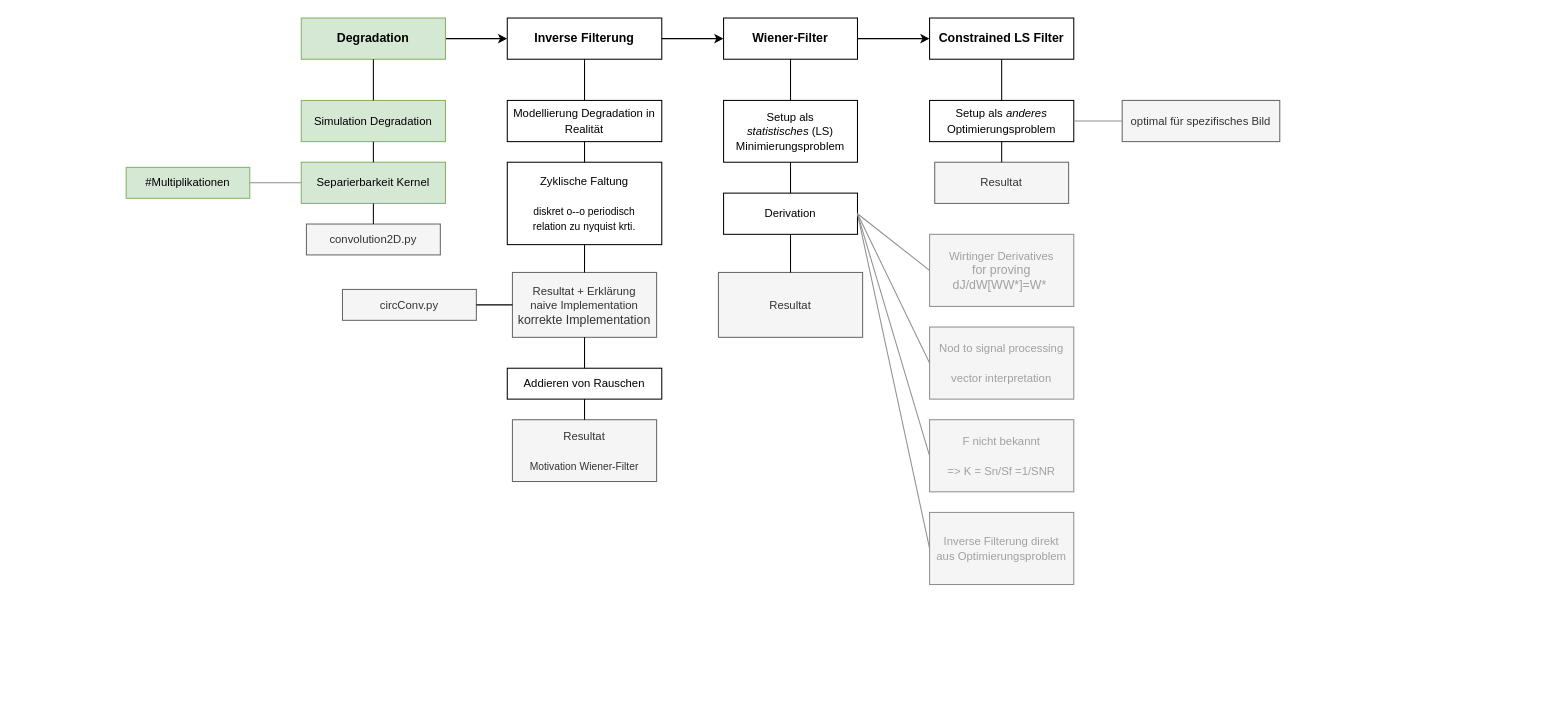
ayomeer/wiener-filter keeps this draw.io diagram as doc/ppt/presentation_brainstorming.drawio. Above is the earlier version. Source tidied: cells renumbered, new cells numbered last; positions are measured from the earlier drawing's top-left corner, leaving out a move shared by most shapes. Both pictures are drawn from the tidied source at 103%, with x=0, y=0 at pixel (126, 18).
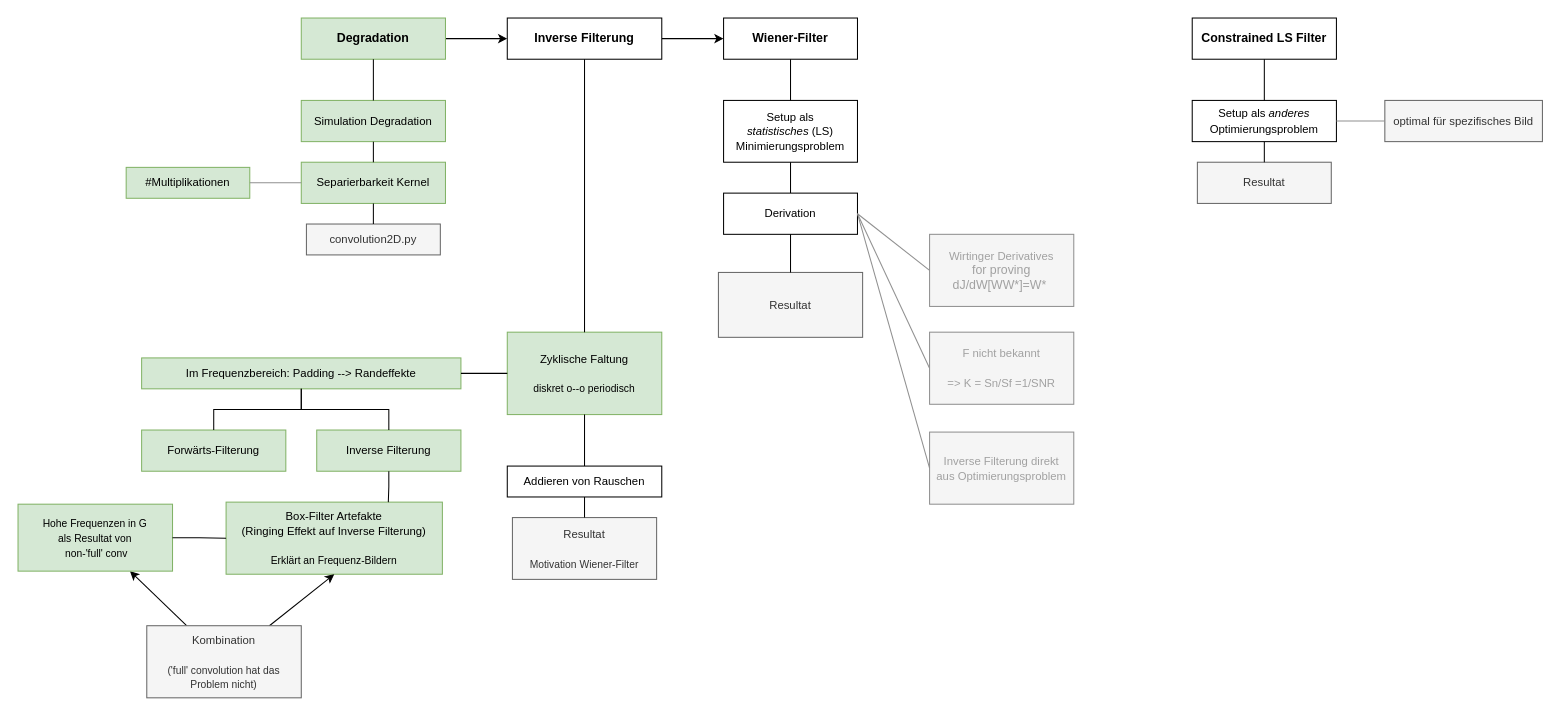
The same diagram, later.

The change refers to these unchanged cells:
```xml
<mxCell id="3" value="&lt;b&gt;Inverse Filterung&lt;/b&gt;" style="rounded=0;whiteSpace=wrap;html=1;" parent="1" vertex="1">
  <mxGeometry x="370" width="150" height="40" as="geometry" />
</mxCell>
<mxCell id="13" value="&lt;b&gt;Wiener-Filter&lt;/b&gt;" style="rounded=0;whiteSpace=wrap;html=1;" parent="1" vertex="1">
  <mxGeometry x="580" width="130" height="40" as="geometry" />
</mxCell>
<mxCell id="18" value="&lt;font style=&quot;font-size: 11px;&quot;&gt;Derivation&lt;br&gt;&lt;/font&gt;" style="rounded=0;whiteSpace=wrap;html=1;" parent="1" vertex="1">
  <mxGeometry x="580" y="170" width="130" height="40" as="geometry" />
</mxCell>
```

Diff of the diagram source:
```diff
@@
-    <mxCell id="7" value="&lt;font style=&quot;&quot;&gt;&lt;font style=&quot;font-size: 11px;&quot;&gt;Zyklische Faltung&lt;/font&gt;&lt;br&gt;&lt;br&gt;&lt;span style=&quot;font-size: 10px;&quot;&gt;diskret o--o periodisch&lt;/span&gt;&lt;br&gt;&lt;span style=&quot;font-size: 10px;&quot;&gt;relation zu nyquist krti.&lt;/span&gt;&lt;br&gt;&lt;/font&gt;" style="rounded=0;whiteSpace=wrap;html=1;" parent="1" vertex="1">
-      <mxGeometry x="370" y="140" width="150" height="80" as="geometry" />
+    <mxCell id="7" value="&lt;font style=&quot;&quot;&gt;&lt;font style=&quot;font-size: 11px;&quot;&gt;Zyklische Faltung&lt;/font&gt;&lt;br&gt;&lt;br&gt;&lt;span style=&quot;font-size: 10px;&quot;&gt;diskret o--o periodisch&lt;/span&gt;&lt;br&gt;&lt;/font&gt;" style="rounded=0;whiteSpace=wrap;html=1;fillColor=#d5e8d4;strokeColor=#82b366;" parent="1" vertex="1">
+      <mxGeometry x="370" y="305" width="150" height="80" as="geometry" />
     </mxCell>
@@
     <mxCell id="11" value="&lt;font style=&quot;font-size: 11px;&quot;&gt;Addieren von Rauschen&lt;br&gt;&lt;/font&gt;" style="rounded=0;whiteSpace=wrap;html=1;" parent="1" vertex="1">
-      <mxGeometry x="370" y="340" width="150" height="30" as="geometry" />
+      <mxGeometry x="370" y="435" width="150" height="30" as="geometry" />
     </mxCell>
-    <mxCell id="12" style="edgeStyle=orthogonalEdgeStyle;rounded=0;jettySize=auto;html=1;entryX=0;entryY=0.5;entryDx=0;entryDy=0;" parent="1" edge="1" source="13" target="36">
-      <mxGeometry relative="1" as="geometry" />
-    </mxCell>
@@
-    <mxCell id="15" value="&lt;font style=&quot;font-size: 11px;&quot;&gt;Modellierung Degradation in Realität&lt;br&gt;&lt;/font&gt;" style="rounded=0;whiteSpace=wrap;html=1;" parent="1" vertex="1">
-      <mxGeometry x="370" y="80" width="150" height="40" as="geometry" />
-    </mxCell>
-    <mxCell id="16" style="endArrow=none;html=1;rounded=0;exitX=0.5;exitY=0;exitDx=0;exitDy=0;entryX=0.5;entryY=1;entryDx=0;entryDy=0;" parent="1" edge="1" source="15" target="3">
-      <mxGeometry relative="1" as="geometry" />
-    </mxCell>
-    <mxCell id="17" style="endArrow=none;html=1;rounded=0;exitX=0.5;exitY=0;exitDx=0;exitDy=0;entryX=0.5;entryY=1;entryDx=0;entryDy=0;" parent="1" edge="1" source="7" target="15">
+    <mxCell id="17" style="endArrow=none;html=1;rounded=0;exitX=0.5;exitY=0;exitDx=0;exitDy=0;entryX=0.5;entryY=1;entryDx=0;entryDy=0;" parent="1" edge="1" source="7" target="3">
       <mxGeometry relative="1" as="geometry" />
     </mxCell>
@@
-    <mxCell id="22" value="&lt;font style=&quot;font-size: 11px;&quot;&gt;&lt;span style=&quot;font-size: 11px;&quot;&gt;Nod to signal processing&lt;br&gt;&lt;/span&gt;&lt;br&gt;vector interpretation&lt;br&gt;&lt;/font&gt;" style="rounded=0;whiteSpace=wrap;html=1;fillColor=#f5f5f5;strokeColor=#8F8F8F;fontColor=#A1A1A1;" parent="1" vertex="1">
-      <mxGeometry x="780" y="300" width="140" height="70" as="geometry" />
-    </mxCell>
@@
-    <mxCell id="24" style="endArrow=none;html=1;rounded=0;exitX=1;exitY=0.5;exitDx=0;exitDy=0;entryX=0;entryY=0.5;entryDx=0;entryDy=0;strokeColor=#8F8F8F;" parent="1" edge="1" source="18" target="22">
-      <mxGeometry relative="1" as="geometry" />
-    </mxCell>
@@
     <mxCell id="26" value="&lt;font style=&quot;font-size: 11px;&quot;&gt;F nicht bekannt&lt;br&gt;&lt;br&gt;=&amp;gt; K = Sn/Sf =1/SNR&lt;br&gt;&lt;/font&gt;" style="rounded=0;whiteSpace=wrap;html=1;fillColor=#f5f5f5;strokeColor=#8F8F8F;fontColor=#A1A1A1;" parent="1" vertex="1">
-      <mxGeometry x="780" y="390" width="140" height="70" as="geometry" />
+      <mxGeometry x="780" y="305" width="140" height="70" as="geometry" />
     </mxCell>
     <mxCell id="27" value="&lt;font style=&quot;font-size: 11px;&quot;&gt;Inverse Filterung direkt &lt;br&gt;aus Optimierungsproblem&lt;br&gt;&lt;/font&gt;" style="rounded=0;whiteSpace=wrap;html=1;fillColor=#f5f5f5;strokeColor=#8F8F8F;fontColor=#A1A1A1;" parent="1" vertex="1">
-      <mxGeometry x="780" y="480" width="140" height="70" as="geometry" />
+      <mxGeometry x="780" y="402" width="140" height="70" as="geometry" />
     </mxCell>
@@
-    <mxCell id="29" value="&lt;font style=&quot;&quot;&gt;&lt;span style=&quot;font-size: 11px;&quot;&gt;Resultat + Erklärung&lt;br&gt;naive Implementation&lt;br&gt;&lt;/span&gt;korrekte Implementation&lt;br&gt;&lt;/font&gt;" style="rounded=0;whiteSpace=wrap;html=1;fillColor=#f5f5f5;strokeColor=#666666;fontColor=#333333;" parent="1" vertex="1">
-      <mxGeometry x="375" y="247" width="140" height="63" as="geometry" />
+    <mxCell id="29" value="&lt;font style=&quot;&quot;&gt;&lt;span style=&quot;font-size: 11px;&quot;&gt;Forwärts-Filterung&lt;/span&gt;&lt;br&gt;&lt;/font&gt;" style="rounded=0;whiteSpace=wrap;html=1;fillColor=#d5e8d4;strokeColor=#82b366;" parent="1" vertex="1">
+      <mxGeometry x="15" y="400" width="140" height="40" as="geometry" />
     </mxCell>
-    <mxCell id="30" style="endArrow=none;html=1;rounded=0;exitX=0.5;exitY=0;exitDx=0;exitDy=0;entryX=0.5;entryY=1;entryDx=0;entryDy=0;" parent="1" edge="1" source="29" target="7">
-      <mxGeometry relative="1" as="geometry" />
-    </mxCell>
-    <mxCell id="31" style="endArrow=none;html=1;rounded=0;exitX=0.5;exitY=0;exitDx=0;exitDy=0;entryX=0.5;entryY=1;entryDx=0;entryDy=0;" parent="1" edge="1" source="11" target="29">
-      <mxGeometry relative="1" as="geometry" />
-    </mxCell>
     <mxCell id="32" value="&lt;span style=&quot;font-size: 11px;&quot;&gt;Resultat&lt;/span&gt;&lt;br&gt;&lt;br&gt;&lt;font style=&quot;font-size: 10px;&quot;&gt;Motivation Wiener-Filter&lt;/font&gt;" style="rounded=0;whiteSpace=wrap;html=1;fillColor=#f5f5f5;strokeColor=#666666;fontColor=#333333;" parent="1" vertex="1">
-      <mxGeometry x="375" y="390" width="140" height="60" as="geometry" />
+      <mxGeometry x="375" y="485" width="140" height="60" as="geometry" />
     </mxCell>
@@
     <mxCell id="36" value="&lt;b&gt;Constrained LS Filter&lt;br&gt;&lt;/b&gt;" style="rounded=0;whiteSpace=wrap;html=1;" parent="1" vertex="1">
-      <mxGeometry x="780" width="140" height="40" as="geometry" />
+      <mxGeometry x="1035" width="140" height="40" as="geometry" />
     </mxCell>
     <mxCell id="37" value="&lt;font style=&quot;font-size: 11px;&quot;&gt;Setup als &lt;i&gt;anderes &lt;/i&gt;Optimierungsproblem&lt;br&gt;&lt;/font&gt;" style="rounded=0;whiteSpace=wrap;html=1;" parent="1" vertex="1">
-      <mxGeometry x="780" y="80" width="140" height="40" as="geometry" />
+      <mxGeometry x="1035" y="80" width="140" height="40" as="geometry" />
     </mxCell>
@@
     <mxCell id="39" value="&lt;font style=&quot;&quot;&gt;&lt;span style=&quot;font-size: 11px;&quot;&gt;optimal für spezifisches Bild&lt;/span&gt;&lt;br&gt;&lt;/font&gt;" style="rounded=0;whiteSpace=wrap;html=1;fillColor=#f5f5f5;strokeColor=#666666;fontColor=#333333;" parent="1" vertex="1">
-      <mxGeometry x="967" y="80" width="153" height="40" as="geometry" />
+      <mxGeometry x="1222" y="80" width="153" height="40" as="geometry" />
     </mxCell>
@@
     <mxCell id="41" value="&lt;font style=&quot;&quot;&gt;&lt;span style=&quot;font-size: 11px;&quot;&gt;Resultat&lt;/span&gt;&lt;br&gt;&lt;/font&gt;" style="rounded=0;whiteSpace=wrap;html=1;fillColor=#f5f5f5;strokeColor=#666666;fontColor=#333333;" parent="1" vertex="1">
-      <mxGeometry x="785" y="140" width="130" height="40" as="geometry" />
+      <mxGeometry x="1040" y="140" width="130" height="40" as="geometry" />
     </mxCell>
@@
-    <mxCell id="43" value="&lt;font style=&quot;&quot;&gt;&lt;span style=&quot;font-size: 11px;&quot;&gt;circConv.py&lt;/span&gt;&lt;br&gt;&lt;/font&gt;" style="rounded=0;whiteSpace=wrap;html=1;fillColor=#f5f5f5;strokeColor=#666666;fontColor=#333333;" parent="1" vertex="1">
-      <mxGeometry x="210" y="263.5" width="130" height="30" as="geometry" />
-    </mxCell>
-    <mxCell id="44" style="endArrow=none;html=1;rounded=0;exitX=1;exitY=0.5;exitDx=0;exitDy=0;entryX=0;entryY=0.5;entryDx=0;entryDy=0;" parent="1" edge="1" source="43" target="29">
-      <mxGeometry relative="1" as="geometry" />
-    </mxCell>
@@
+    <mxCell id="49" value="&lt;font style=&quot;&quot;&gt;&lt;span style=&quot;font-size: 11px;&quot;&gt;Box-Filter Artefakte &lt;br&gt;(Ringing Effekt auf Inverse Filterung)&lt;/span&gt;&lt;br&gt;&lt;br&gt;&lt;font style=&quot;font-size: 10px;&quot;&gt;Erklärt an Frequenz-Bildern&lt;/font&gt;&lt;br&gt;&lt;/font&gt;" style="rounded=0;whiteSpace=wrap;html=1;fillColor=#d5e8d4;strokeColor=#82b366;" parent="1" vertex="1">
+      <mxGeometry x="97" y="470" width="210" height="70" as="geometry" />
+    </mxCell>
+    <mxCell id="50" value="&lt;font style=&quot;&quot;&gt;&lt;span style=&quot;font-size: 11px;&quot;&gt;Im Frequenzbereich: Padding --&amp;gt; Randeffekte&lt;/span&gt;&lt;br&gt;&lt;/font&gt;" style="rounded=0;whiteSpace=wrap;html=1;fillColor=#d5e8d4;strokeColor=#82b366;" parent="1" vertex="1">
+      <mxGeometry x="15" y="330" width="310" height="30" as="geometry" />
+    </mxCell>
+    <mxCell id="51" style="endArrow=none;html=1;rounded=0;exitX=1;exitY=0.5;exitDx=0;exitDy=0;entryX=0;entryY=0.5;entryDx=0;entryDy=0;" parent="1" edge="1" source="50" target="7">
+      <mxGeometry relative="1" as="geometry" />
+    </mxCell>
+    <mxCell id="52" style="rounded=0;jettySize=auto;html=1;entryX=0.5;entryY=1;entryDx=0;entryDy=0;" parent="1" edge="1" source="54" target="49">
+      <mxGeometry relative="1" as="geometry" />
+    </mxCell>
+    <mxCell id="53" style="rounded=0;jettySize=auto;html=1;" parent="1" edge="1" source="54" target="60">
+      <mxGeometry relative="1" as="geometry" />
+    </mxCell>
+    <mxCell id="54" value="&lt;font style=&quot;font-size: 10px;&quot;&gt;&lt;span style=&quot;font-size: 11px;&quot;&gt;&lt;br&gt;Kombination&lt;br&gt;&lt;/span&gt;&lt;br&gt;(&lt;/font&gt;&lt;font size=&quot;1&quot; style=&quot;&quot;&gt;'full' convolution hat das Problem nicht&lt;/font&gt;&lt;font style=&quot;font-size: 10px;&quot;&gt;)&lt;br&gt;&lt;br&gt;&lt;/font&gt;" style="rounded=0;whiteSpace=wrap;html=1;fillColor=#f5f5f5;fontColor=#333333;strokeColor=#666666;" parent="1" vertex="1">
+      <mxGeometry x="20" y="590" width="150" height="70" as="geometry" />
+    </mxCell>
+    <mxCell id="55" style="endArrow=none;html=1;rounded=0;exitX=0.5;exitY=1;exitDx=0;exitDy=0;entryX=0.5;entryY=0;entryDx=0;entryDy=0;edgeStyle=orthogonalEdgeStyle;" parent="1" edge="1" source="50" target="29">
+      <mxGeometry relative="1" as="geometry" />
+    </mxCell>
+    <mxCell id="56" value="&lt;font style=&quot;&quot;&gt;&lt;span style=&quot;font-size: 11px;&quot;&gt;Inverse Filterung&lt;/span&gt;&lt;br&gt;&lt;/font&gt;" style="rounded=0;whiteSpace=wrap;html=1;fillColor=#d5e8d4;strokeColor=#82b366;" parent="1" vertex="1">
+      <mxGeometry x="185" y="400" width="140" height="40" as="geometry" />
+    </mxCell>
+    <mxCell id="57" style="endArrow=none;html=1;rounded=0;exitX=0.5;exitY=1;exitDx=0;exitDy=0;entryX=0.5;entryY=0;entryDx=0;entryDy=0;edgeStyle=orthogonalEdgeStyle;" parent="1" edge="1" source="50" target="56">
+      <mxGeometry relative="1" as="geometry" />
+    </mxCell>
+    <mxCell id="58" style="endArrow=none;html=1;rounded=0;exitX=0.5;exitY=0;exitDx=0;exitDy=0;entryX=0.5;entryY=1;entryDx=0;entryDy=0;" parent="1" edge="1" source="11" target="7">
+      <mxGeometry relative="1" as="geometry" />
+    </mxCell>
+    <mxCell id="59" style="endArrow=none;html=1;rounded=0;exitX=0.5;exitY=1;exitDx=0;exitDy=0;entryX=0.75;entryY=0;entryDx=0;entryDy=0;edgeStyle=orthogonalEdgeStyle;" parent="1" edge="1" source="56" target="49">
+      <mxGeometry relative="1" as="geometry" />
+    </mxCell>
+    <mxCell id="60" value="&lt;font style=&quot;font-size: 10px;&quot;&gt;&lt;font style=&quot;font-size: 10px;&quot;&gt;Hohe Frequenzen in G&lt;br&gt;als Resultat von&lt;br&gt;&lt;/font&gt;&lt;font style=&quot;font-size: 10px;&quot;&gt;&amp;nbsp;non-'full' conv&lt;/font&gt;&lt;br&gt;&lt;/font&gt;" style="rounded=0;whiteSpace=wrap;html=1;fillColor=#d5e8d4;strokeColor=#82b366;" parent="1" vertex="1">
+      <mxGeometry x="-105" y="472" width="150" height="65" as="geometry" />
+    </mxCell>
+    <mxCell id="61" style="endArrow=none;html=1;rounded=0;edgeStyle=orthogonalEdgeStyle;" parent="1" edge="1" source="60" target="49">
+      <mxGeometry relative="1" as="geometry" />
+    </mxCell>
```
